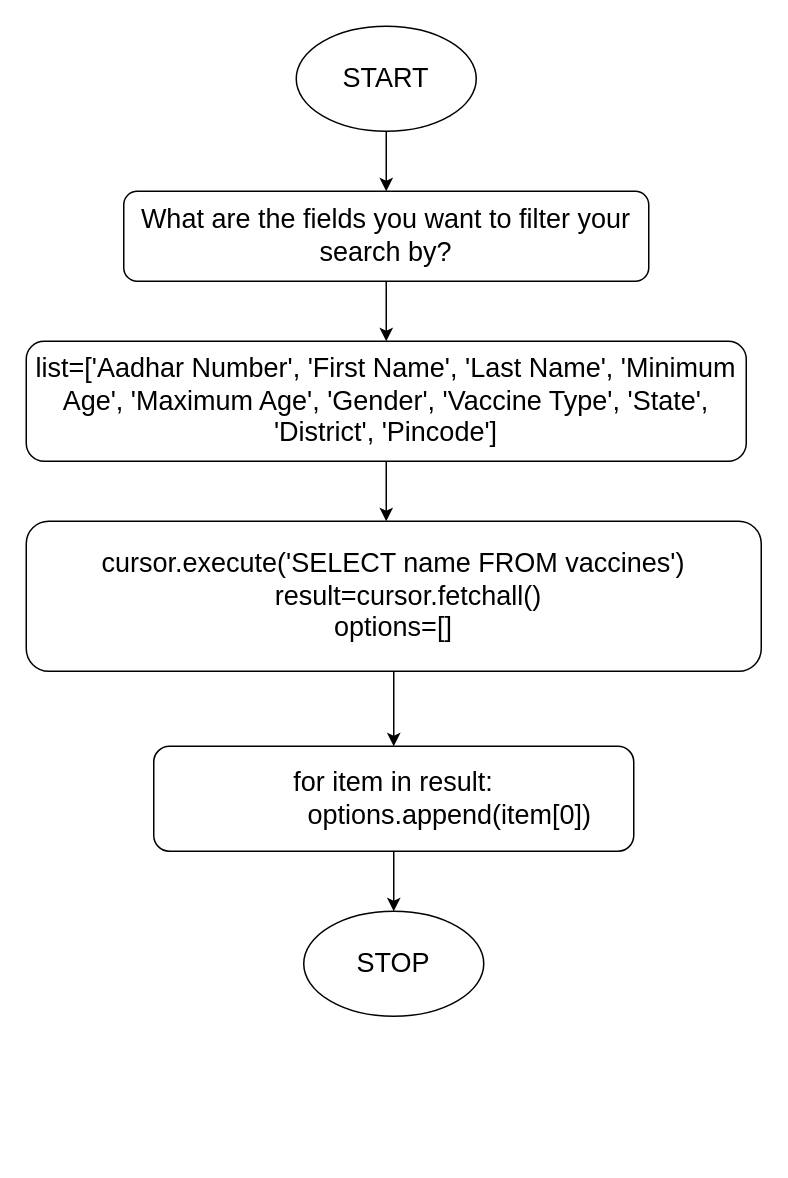
Above: flowchart/verify.drawio in quantum-corn/vaxer (draw.io), before the change. Source tidied: cells renumbered, new cells numbered last; positions are measured from the earlier drawing's top-left corner, leaving out a move shared by most shapes. Both pictures are drawn from the tidied source at 150%, with x=0, y=0 at pixel (26, 26).
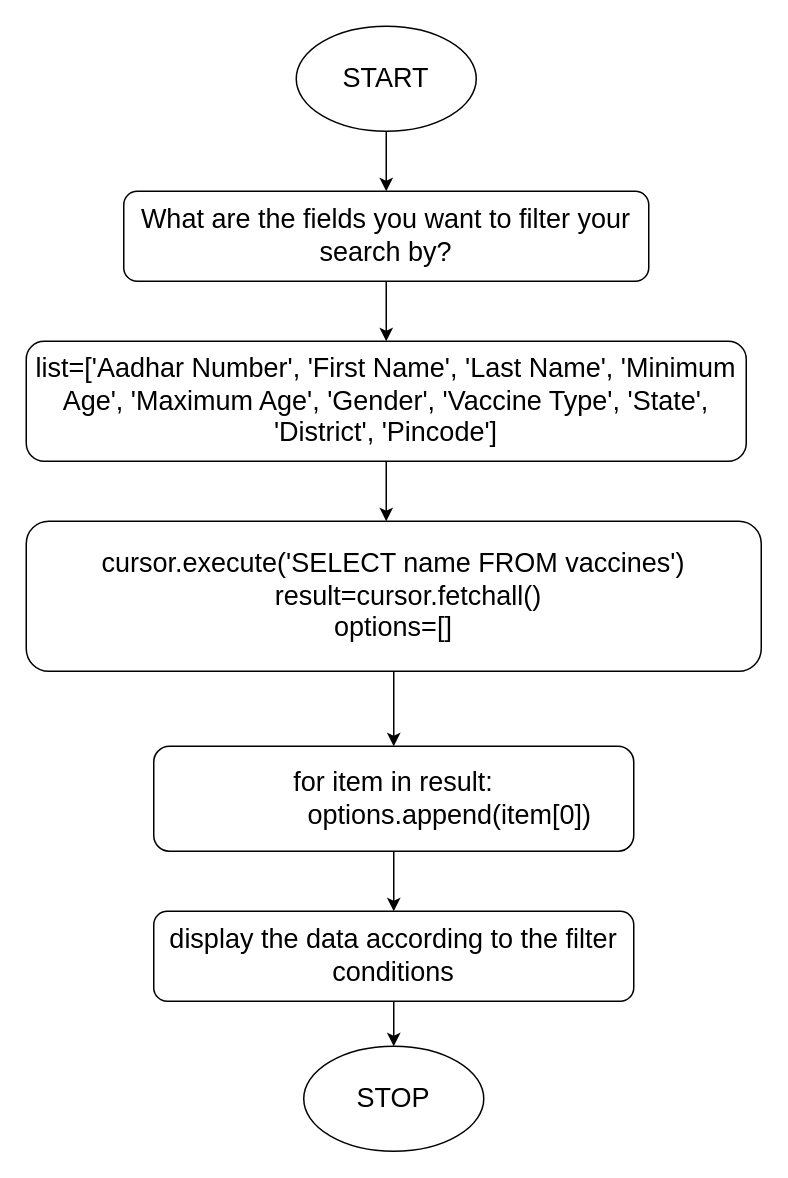
After the change.

Diff of the diagram source:
```diff
@@
 <mxGraphModel>
   <root>
     <mxCell id="0" />
     <mxCell id="1" parent="0" />
     <mxCell id="2" style="edgeStyle=orthogonalEdgeStyle;rounded=0;jettySize=auto;html=1;fontSize=18;" parent="1" edge="1" source="3">
       <mxGeometry relative="1" as="geometry">
         <mxPoint x="240" y="110" as="targetPoint" />
       </mxGeometry>
     </mxCell>
     <mxCell id="3" value="&lt;font style=&quot;font-size: 18px&quot;&gt;START&lt;/font&gt;" style="ellipse;whiteSpace=wrap;html=1;" parent="1" vertex="1">
       <mxGeometry x="180" width="120" height="70" as="geometry" />
     </mxCell>
     <mxCell id="4" style="edgeStyle=orthogonalEdgeStyle;rounded=0;jettySize=auto;html=1;fontSize=18;" parent="1" edge="1" source="5">
       <mxGeometry relative="1" as="geometry">
         <mxPoint x="240" y="210" as="targetPoint" />
       </mxGeometry>
     </mxCell>
     <mxCell id="5" value="What are the fields you want to filter your search by?" style="rounded=1;whiteSpace=wrap;html=1;fontSize=18;" parent="1" vertex="1">
       <mxGeometry x="65" y="110" width="350" height="60" as="geometry" />
     </mxCell>
     <mxCell id="6" style="edgeStyle=orthogonalEdgeStyle;rounded=0;jettySize=auto;html=1;fontSize=18;" parent="1" edge="1" source="7">
       <mxGeometry relative="1" as="geometry">
         <mxPoint x="240" y="330" as="targetPoint" />
       </mxGeometry>
     </mxCell>
     <mxCell id="7" value="list=['Aadhar Number', 'First Name', 'Last Name', 'Minimum Age', 'Maximum Age', 'Gender', 'Vaccine Type', 'State', 'District', 'Pincode']" style="rounded=1;whiteSpace=wrap;html=1;fontSize=18;" parent="1" vertex="1">
       <mxGeometry y="210" width="480" height="80" as="geometry" />
     </mxCell>
     <mxCell id="8" style="edgeStyle=orthogonalEdgeStyle;rounded=0;jettySize=auto;html=1;fontSize=18;" parent="1" edge="1" source="9">
       <mxGeometry relative="1" as="geometry">
         <mxPoint x="245" y="480" as="targetPoint" />
       </mxGeometry>
     </mxCell>
     <mxCell id="9" value="&lt;div&gt;cursor.execute('SELECT name FROM vaccines')&lt;/div&gt;&lt;div&gt;&amp;nbsp; &amp;nbsp; result=cursor.fetchall()&lt;/div&gt;&lt;div&gt;options=[]&lt;br&gt;&lt;/div&gt;" style="rounded=1;whiteSpace=wrap;html=1;fontSize=18;" parent="1" vertex="1">
       <mxGeometry y="330" width="490" height="100" as="geometry" />
     </mxCell>
     <mxCell id="10" style="edgeStyle=orthogonalEdgeStyle;rounded=0;jettySize=auto;html=1;fontSize=18;" parent="1" edge="1" source="11">
       <mxGeometry relative="1" as="geometry">
         <mxPoint x="245" y="590" as="targetPoint" />
       </mxGeometry>
     </mxCell>
     <mxCell id="11" value="&lt;div&gt;for item in result:&lt;/div&gt;&lt;div&gt;&amp;nbsp; &amp;nbsp; &amp;nbsp; &amp;nbsp; &amp;nbsp; &amp;nbsp; &amp;nbsp; &amp;nbsp;options.append(item[0])&lt;/div&gt;" style="rounded=1;whiteSpace=wrap;html=1;fontSize=18;" parent="1" vertex="1">
       <mxGeometry x="85" y="480" width="320" height="70" as="geometry" />
     </mxCell>
     <mxCell id="12" value="STOP" style="ellipse;whiteSpace=wrap;html=1;fontSize=18;" parent="1" vertex="1">
-      <mxGeometry x="185" y="590" width="120" height="70" as="geometry" />
+      <mxGeometry x="185" y="680" width="120" height="70" as="geometry" />
     </mxCell>
+    <mxCell id="13" style="edgeStyle=orthogonalEdgeStyle;rounded=0;jettySize=auto;html=1;" parent="1" edge="1" source="14" target="12">
+      <mxGeometry relative="1" as="geometry" />
+    </mxCell>
+    <mxCell id="14" value="&lt;span style=&quot;font-size: 18px&quot;&gt;display the data according to the filter conditions&lt;/span&gt;" style="rounded=1;whiteSpace=wrap;html=1;" parent="1" vertex="1">
+      <mxGeometry x="85" y="590" width="320" height="60" as="geometry" />
+    </mxCell>
   </root>
 </mxGraphModel>
```
